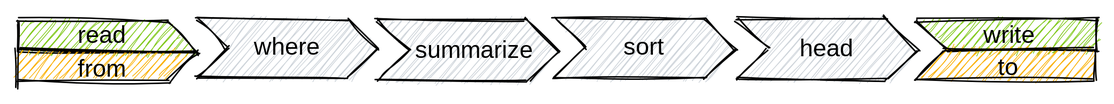
Before: web/docs/understand/language/pipeline-example.excalidraw.svg, a diagram exported from Excalidraw (tenzir/tenzir). Source tidied: one line per element, renumbered; positions are measured from the earlier drawing's top-left corner, leaving out a move shared by most shapes.
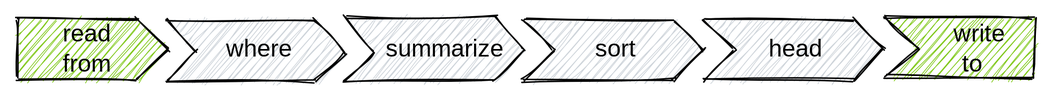
After the change.

Commit message:
Update pipeline diagrams

What changed in the source:
```diff
@@ -1,16 +1,14 @@
-{"id": 0, "type": "line", "strokeColor": "#000000", "backgroundColor": "#82c91e", "fillStyle": "hachure", "strokeWidth": 1, "roughness": 1, "x": 1, "y": 4, "width": 120, "height": 22, "points": [[0, 0], [0, 18], [120, 20], [100, -2], [0, -2]]}
+{"id": 16, "type": "line", "strokeColor": "#000000", "backgroundColor": "#82c91e", "fillStyle": "hachure", "strokeWidth": 1, "roughness": 1, "x": -61, "y": 381, "width": 100, "height": 40, "points": [[0, 0], [0, 40], [80, 40], [100, 20], [80, 0], [0, 0]]}
-{"id": 1, "type": "text", "text": "read", "strokeColor": "#000000", "backgroundColor": "#ced4da", "fillStyle": "hachure", "strokeWidth": 1, "roughness": 1, "fontSize": 16, "fontFamily": 1, "textAlign": "center", "x": 38, "y": 2, "width": 37, "height": 21}
+{"id": 1, "type": "text", "text": "read", "strokeColor": "#000000", "backgroundColor": "#ced4da", "fillStyle": "hachure", "strokeWidth": 1, "roughness": 1, "fontSize": 16, "fontFamily": 3, "textAlign": "center", "x": -34, "y": 380, "width": 40, "height": 20}
-{"id": 2, "type": "line", "strokeColor": "#000000", "angle": 3.14, "backgroundColor": "#fab005", "fillStyle": "hachure", "strokeWidth": 1, "roughness": 1, "x": 120, "y": 21, "width": 120, "height": 25, "points": [[0, 0], [0, 25], [-120, 25], [-100, 5], [0, 5]]}
-{"id": 3, "type": "text", "text": "from", "strokeColor": "#000000", "backgroundColor": "#ced4da", "fillStyle": "hachure", "strokeWidth": 1, "roughness": 1, "fontSize": 16, "fontFamily": 1, "textAlign": "center", "x": 38, "y": 24, "width": 36, "height": 21}
+{"id": 3, "type": "text", "text": "from", "strokeColor": "#000000", "backgroundColor": "#ced4da", "fillStyle": "hachure", "strokeWidth": 1, "roughness": 1, "fontSize": 16, "fontFamily": 3, "textAlign": "center", "x": -34, "y": 400, "width": 40, "height": 20}
-{"id": 4, "type": "line", "strokeColor": "#000000", "backgroundColor": "#ced4da", "fillStyle": "hachure", "strokeWidth": 1, "roughness": 1, "x": 120, "y": 0, "width": 120, "height": 40, "points": [[0, 0], [20, 20], [0, 40], [100, 40], [120, 21], [100, 1], [0, 0]]}
+{"id": 17, "type": "line", "strokeColor": "#000000", "backgroundColor": "#82c91e", "fillStyle": "hachure", "strokeWidth": 1, "roughness": 1, "x": 519, "y": 380, "width": 100, "height": 40, "points": [[0, 0], [22, 21], [0, 40], [100, 40], [100, 0], [0, 0]]}
+{"id": 13, "type": "text", "text": "write", "strokeColor": "#000000", "backgroundColor": "#ced4da", "fillStyle": "hachure", "strokeWidth": 1, "roughness": 1, "fontSize": 16, "fontFamily": 3, "textAlign": "center", "x": 557, "y": 380, "width": 49, "height": 20}
+{"id": 15, "type": "text", "text": "to", "strokeColor": "#000000", "backgroundColor": "#ced4da", "fillStyle": "hachure", "strokeWidth": 1, "roughness": 1, "fontSize": 16, "fontFamily": 3, "textAlign": "center", "x": 567, "y": 400, "width": 21, "height": 20}
+{"id": 18, "type": "line", "strokeColor": "#000000", "backgroundColor": "#ced4da", "fillStyle": "hachure", "strokeWidth": 1, "roughness": 1, "x": 39, "y": 382, "width": 120, "height": 41, "points": [[0, 0], [20, 20], [0, 40], [100, 40], [120, 21], [99, -1], [0, 0]]}
-{"id": 5, "type": "text", "text": "where", "strokeColor": "#000000", "backgroundColor": "#ced4da", "fillStyle": "hachure", "strokeWidth": 1, "roughness": 1, "fontSize": 16, "fontFamily": 1, "textAlign": "center", "x": 158, "y": 10, "width": 44, "height": 21}
+{"id": 5, "type": "text", "text": "where", "strokeColor": "#000000", "backgroundColor": "#ced4da", "fillStyle": "hachure", "strokeWidth": 1, "roughness": 1, "fontSize": 16, "fontFamily": 3, "textAlign": "center", "x": 76, "y": 390, "width": 49, "height": 20}
-{"id": 6, "type": "line", "strokeColor": "#000000", "backgroundColor": "#ced4da", "fillStyle": "hachure", "strokeWidth": 1, "roughness": 1, "x": 240, "y": 2, "width": 120, "height": 41, "points": [[0, 0], [20, 20], [0, 40], [100, 40], [120, 21], [99, -1], [0, 0]]}
+{"id": 19, "type": "line", "strokeColor": "#000000", "backgroundColor": "#ced4da", "fillStyle": "hachure", "strokeWidth": 1, "roughness": 1, "x": 159, "y": 380, "width": 120, "height": 42, "points": [[0, 0], [19, 24], [-1, 42], [99, 42], [119, 22], [100, 0], [0, 0]]}
-{"id": 7, "type": "text", "text": "summarize", "strokeColor": "#000000", "backgroundColor": "#ced4da", "fillStyle": "hachure", "strokeWidth": 1, "roughness": 1, "fontSize": 16, "fontFamily": 1, "textAlign": "center", "x": 265, "y": 12, "width": 79, "height": 21}
+{"id": 7, "type": "text", "text": "summarize", "strokeColor": "#000000", "backgroundColor": "#ced4da", "fillStyle": "hachure", "strokeWidth": 1, "roughness": 1, "fontSize": 16, "fontFamily": 3, "textAlign": "center", "x": 181, "y": 390, "width": 86, "height": 20}
-{"id": 8, "type": "line", "strokeColor": "#000000", "backgroundColor": "#ced4da", "fillStyle": "hachure", "strokeWidth": 1, "roughness": 1, "x": 480, "y": 1, "width": 120, "height": 41, "points": [[0, 0], [20, 20], [0, 40], [100, 40], [120, 21], [98, -1], [0, 0]]}
+{"id": 20, "type": "line", "strokeColor": "#000000", "backgroundColor": "#ced4da", "fillStyle": "hachure", "strokeWidth": 1, "roughness": 1, "x": 398, "y": 382, "width": 120, "height": 40, "points": [[0, 0], [20, 20], [0, 40], [100, 40], [120, 20], [100, 0], [0, 0]]}
-{"id": 9, "type": "text", "text": "head", "strokeColor": "#000000", "backgroundColor": "#ced4da", "fillStyle": "hachure", "strokeWidth": 1, "roughness": 1, "fontSize": 16, "fontFamily": 1, "textAlign": "center", "x": 521, "y": 11, "width": 38, "height": 21}
+{"id": 9, "type": "text", "text": "head", "strokeColor": "#000000", "backgroundColor": "#ced4da", "fillStyle": "hachure", "strokeWidth": 1, "roughness": 1, "fontSize": 16, "fontFamily": 3, "textAlign": "center", "x": 439, "y": 390, "width": 40, "height": 20}
-{"id": 10, "type": "line", "strokeColor": "#000000", "backgroundColor": "#ced4da", "fillStyle": "hachure", "strokeWidth": 1, "roughness": 1, "x": 359, "y": 0, "width": 120, "height": 40, "points": [[0, 0], [20, 20], [0, 40], [100, 40], [120, 21], [100, 0], [0, 0]]}
+{"id": 21, "type": "line", "strokeColor": "#000000", "backgroundColor": "#ced4da", "fillStyle": "hachure", "strokeWidth": 1, "roughness": 1, "x": 278, "y": 382, "width": 120, "height": 40, "points": [[0, 0], [20, 20], [0, 40], [100, 40], [120, 20], [100, 0], [0, 0]]}
-{"id": 11, "type": "text", "text": "sort", "strokeColor": "#000000", "backgroundColor": "#ced4da", "fillStyle": "hachure", "strokeWidth": 1, "roughness": 1, "fontSize": 16, "fontFamily": 1, "textAlign": "center", "x": 400, "y": 10, "width": 35, "height": 21}
+{"id": 11, "type": "text", "text": "sort", "strokeColor": "#000000", "backgroundColor": "#ced4da", "fillStyle": "hachure", "strokeWidth": 1, "roughness": 1, "fontSize": 16, "fontFamily": 3, "textAlign": "center", "x": 319, "y": 390, "width": 40, "height": 20}
-{"id": 12, "type": "line", "strokeColor": "#000000", "backgroundColor": "#82c91e", "fillStyle": "hachure", "strokeWidth": 1, "roughness": 1, "x": 600, "y": 1, "width": 120, "height": 20, "points": [[0, 0], [20, 20], [120, 20], [120, 0], [0, 0]]}
-{"id": 13, "type": "text", "text": "write", "strokeColor": "#000000", "backgroundColor": "#ced4da", "fillStyle": "hachure", "strokeWidth": 1, "roughness": 1, "fontSize": 16, "fontFamily": 1, "textAlign": "center", "x": 641, "y": 2, "width": 40, "height": 21}
-{"id": 14, "type": "line", "strokeColor": "#000000", "angle": 3.14, "backgroundColor": "#fab005", "fillStyle": "hachure", "strokeWidth": 1, "roughness": 1, "x": 720, "y": 21, "width": 120, "height": 20, "points": [[0, 0], [-20, 20], [-120, 20], [-120, 0], [0, 0]]}
-{"id": 15, "type": "text", "text": "to", "strokeColor": "#000000", "backgroundColor": "#ced4da", "fillStyle": "hachure", "strokeWidth": 1, "roughness": 1, "fontSize": 16, "fontFamily": 1, "textAlign": "center", "x": 651, "y": 23, "width": 20, "height": 21}
```
